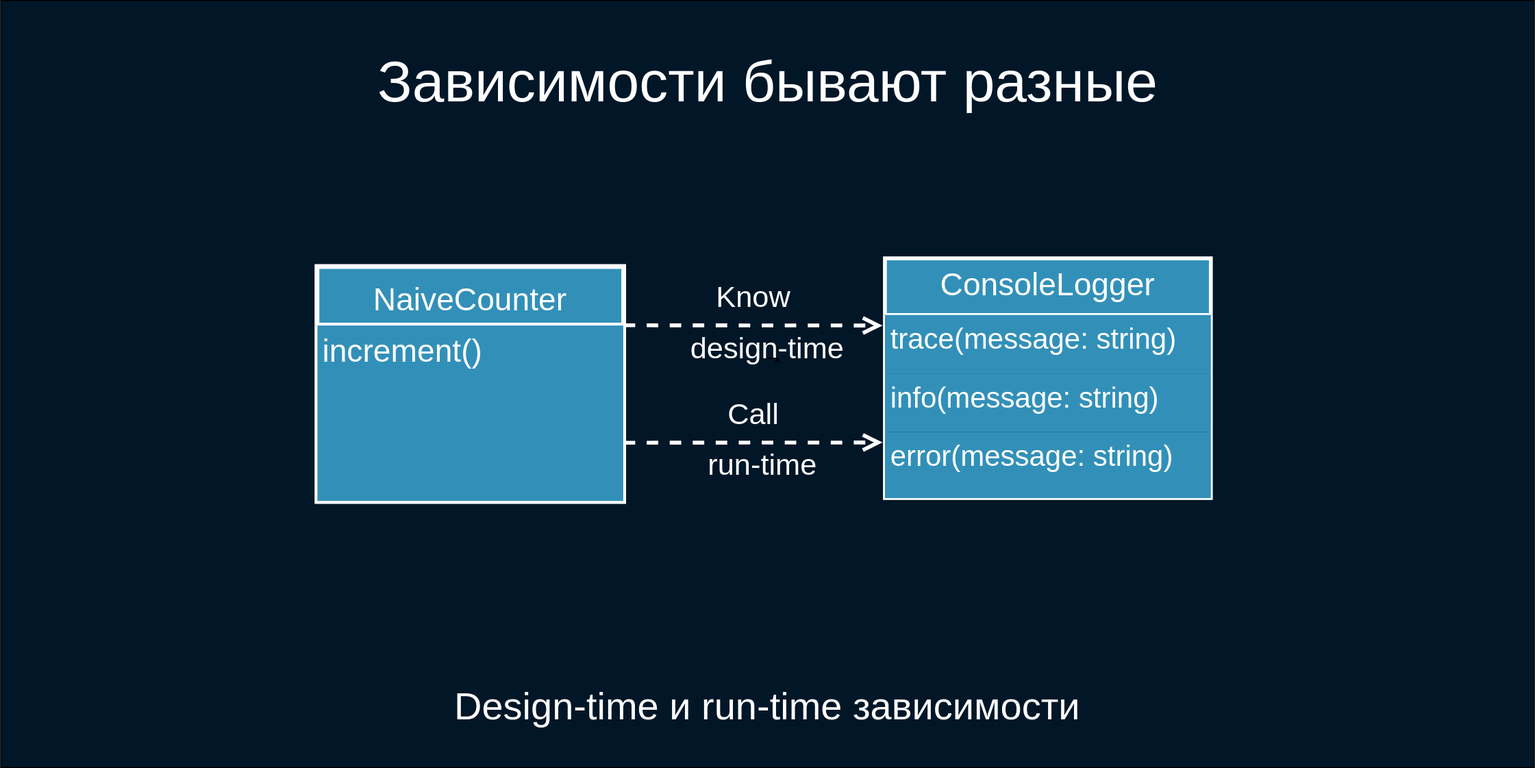
Before: deck/ru/diagrams/naive2.svg, a diagram exported from draw.io (softspiders/dip-in-ca-deck). Source tidied: cells renumbered, new cells last; positions are measured from the earlier drawing's top-left corner, leaving out a move shared by most shapes.
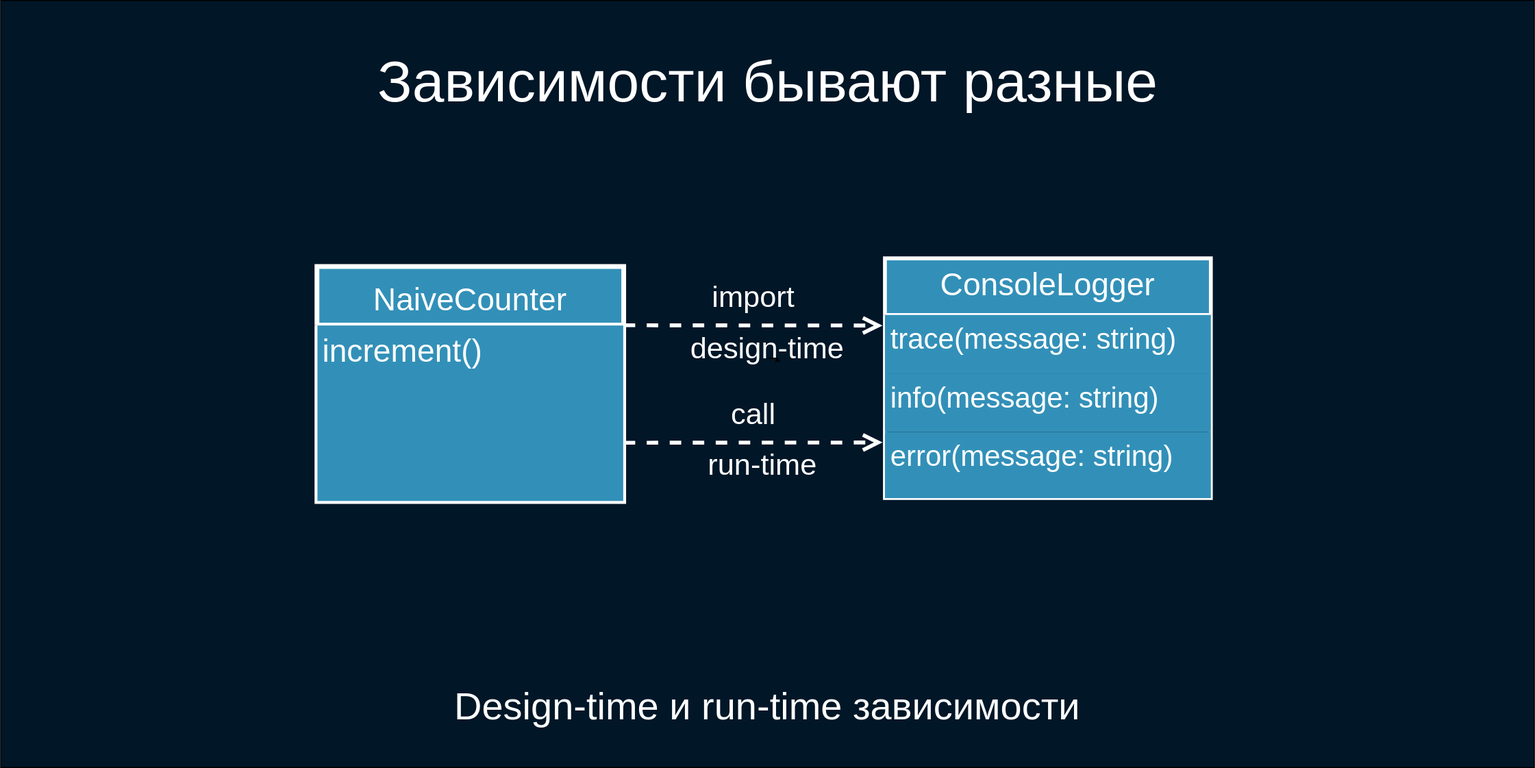
After the commit.

Change to the diagram source:
```diff
@@ -5,7 +5,7 @@
     <mxCell id="2" style="rounded=0;whiteSpace=wrap;html=1;fillColor=#011627;fontSize=30;fontColor=#FFFFFF;strokeColor=#000000;" parent="1" vertex="1">
       <mxGeometry width="1600" height="800" as="geometry" />
     </mxCell>
-    <mxCell id="3" value="Know" style="endArrow=open;endSize=12;dashed=1;html=1;fontSize=31;fontColor=#FFFFFF;strokeColor=#FFFFFF;strokeWidth=4;labelBackgroundColor=none;rounded=0;exitX=1;exitY=0.25;exitDx=0;exitDy=0;" parent="1" edge="1" source="4">
+    <mxCell id="3" value="import" style="endArrow=open;endSize=12;dashed=1;html=1;fontSize=31;fontColor=#FFFFFF;strokeColor=#FFFFFF;strokeWidth=4;labelBackgroundColor=none;rounded=0;exitX=1;exitY=0.25;exitDx=0;exitDy=0;" parent="1" edge="1" source="4">
       <mxGeometry y="30" relative="1" as="geometry">
         <mxPoint x="920" y="339" as="targetPoint" />
       </mxGeometry>
@@ -25,7 +25,7 @@
     <mxCell id="8" value="Зависимости бывают разные" style="text;html=1;strokeColor=none;fillColor=none;align=center;verticalAlign=middle;whiteSpace=wrap;rounded=0;fontSize=60;fontColor=#FFFFFF;" parent="1" vertex="1">
       <mxGeometry x="353.8" y="50" width="892.5" height="70" as="geometry" />
     </mxCell>
-    <mxCell id="9" value="Call" style="endArrow=open;endSize=12;dashed=1;html=1;fontSize=31;fontColor=#FFFFFF;strokeColor=#FFFFFF;strokeWidth=4;labelBackgroundColor=none;rounded=0;exitX=1;exitY=0.75;exitDx=0;exitDy=0;" parent="1" edge="1" source="4">
+    <mxCell id="9" value="call" style="endArrow=open;endSize=12;dashed=1;html=1;fontSize=31;fontColor=#FFFFFF;strokeColor=#FFFFFF;strokeWidth=4;labelBackgroundColor=none;rounded=0;exitX=1;exitY=0.75;exitDx=0;exitDy=0;" parent="1" edge="1" source="4">
       <mxGeometry y="30" relative="1" as="geometry">
         <mxPoint x="920" y="461" as="targetPoint" />
       </mxGeometry>
```
